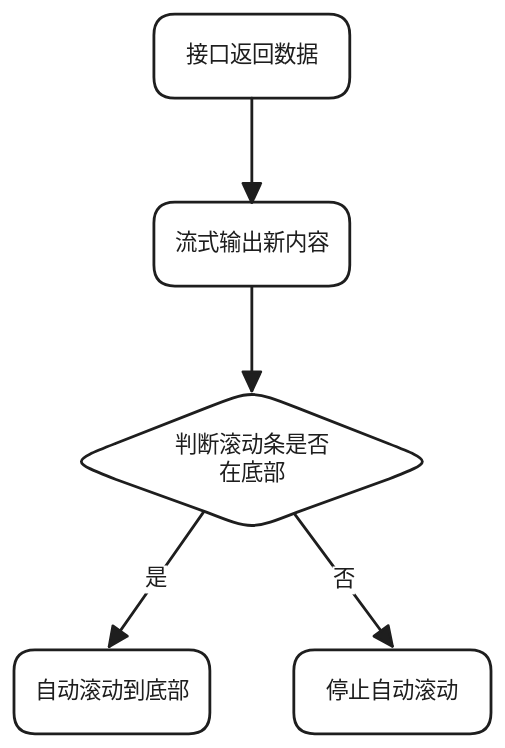
Earlier version of the Excalidraw export source/_posts/2025/11/流式加载下的滚动体验优化/flow1.excalidraw.svg (showlotus/showlotus.github.io). Source tidied: one line per element, renumbered; positions are measured from the earlier drawing's top-left corner, leaving out a move shared by most shapes. Source of this version:
```json
{"id": 0, "type": "rectangle", "strokeColor": "#1e1e1e", "strokeWidth": 2, "roughness": 0, "round": true, "x": 100, "y": 134, "width": 140, "height": 60}
{"id": 1, "type": "text", "text": "流式输出新内容", "strokeColor": "#1e1e1e", "strokeWidth": 2, "roughness": 0, "fontSize": 16, "fontFamily": 5, "textAlign": "center", "verticalAlign": "middle", "inside": 0, "x": 114, "y": 154, "width": 112, "height": 20}
{"id": 2, "type": "rectangle", "strokeColor": "#1e1e1e", "strokeWidth": 2, "roughness": 0, "round": true, "x": 100, "y": 0, "width": 140, "height": 60}
{"id": 3, "type": "text", "text": "接口返回数据", "strokeColor": "#1e1e1e", "strokeWidth": 2, "roughness": 0, "fontSize": 16, "fontFamily": 5, "textAlign": "center", "verticalAlign": "middle", "inside": 2, "x": 122, "y": 20, "width": 96, "height": 20}
{"id": 4, "type": "rectangle", "strokeColor": "#1e1e1e", "strokeWidth": 2, "roughness": 0, "round": true, "x": 0, "y": 454, "width": 140, "height": 60}
{"id": 5, "type": "text", "text": "自动滚动到底部", "strokeColor": "#1e1e1e", "strokeWidth": 2, "roughness": 0, "fontSize": 16, "fontFamily": 5, "textAlign": "center", "verticalAlign": "middle", "inside": 4, "x": 14, "y": 474, "width": 112, "height": 20}
{"id": 6, "type": "rectangle", "strokeColor": "#1e1e1e", "strokeWidth": 2, "roughness": 0, "round": true, "x": 200, "y": 454, "width": 141, "height": 60}
{"id": 7, "type": "text", "text": "停止自动滚动", "strokeColor": "#1e1e1e", "strokeWidth": 2, "roughness": 0, "fontSize": 16, "fontFamily": 5, "textAlign": "center", "verticalAlign": "middle", "inside": 6, "x": 222, "y": 474, "width": 96, "height": 20}
{"id": 8, "type": "diamond", "strokeColor": "#1e1e1e", "strokeWidth": 2, "roughness": 0, "round": true, "x": 40, "y": 269, "width": 260, "height": 100}
{"id": 9, "type": "text", "text": "判断滚动条是否\n在底部", "strokeColor": "#1e1e1e", "strokeWidth": 2, "roughness": 1, "fontSize": 16, "fontFamily": 5, "textAlign": "center", "verticalAlign": "middle", "inside": 8, "x": 114, "y": 299, "width": 112, "height": 40}
{"id": 10, "type": "arrow", "strokeColor": "#1e1e1e", "strokeWidth": 2, "roughness": 0, "endArrowhead": "triangle", "round": true, "from": 0, "to": 8, "x": 170, "y": 195, "width": 0, "height": 75, "points": [[0, 0], [0, 75]]}
{"id": 11, "type": "arrow", "strokeColor": "#1e1e1e", "strokeWidth": 2, "roughness": 0, "endArrowhead": "triangle", "round": true, "x": 170, "y": 60, "width": 0, "height": 75, "points": [[0, 0], [0, 75]]}
{"id": 12, "type": "arrow", "strokeColor": "#1e1e1e", "strokeWidth": 2, "roughness": 0, "endArrowhead": "triangle", "round": true, "from": 8, "to": 4, "x": 135, "y": 356, "width": 67, "height": 96, "points": [[0, 0], [-67, 96]]}
{"id": 13, "type": "text", "text": "是", "strokeColor": "#1e1e1e", "strokeWidth": 2, "roughness": 0, "fontSize": 16, "fontFamily": 5, "textAlign": "center", "verticalAlign": "middle", "inside": 12, "x": 162, "y": 414, "width": 16, "height": 20}
{"id": 14, "type": "arrow", "strokeColor": "#1e1e1e", "strokeWidth": 2, "roughness": 0, "endArrowhead": "triangle", "round": true, "from": 8, "to": 6, "x": 201, "y": 358, "width": 70, "height": 94, "points": [[0, 0], [70, 94]]}
{"id": 15, "type": "text", "text": "否", "strokeColor": "#1e1e1e", "strokeWidth": 2, "roughness": 0, "fontSize": 16, "fontFamily": 5, "textAlign": "center", "verticalAlign": "middle", "inside": 14, "x": 337, "y": 313, "width": 16, "height": 20}
```
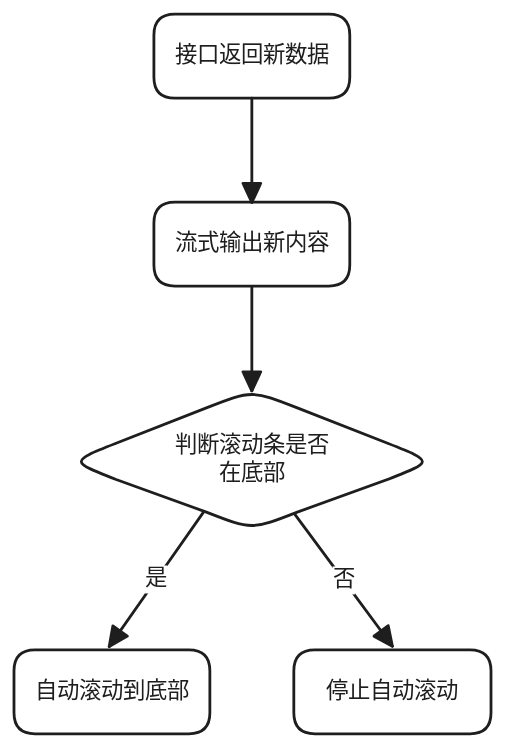
The same diagram one commit later.

The edit, as a diff of the source:
```diff
@@ -1,7 +1,7 @@
 {"id": 0, "type": "rectangle", "strokeColor": "#1e1e1e", "strokeWidth": 2, "roughness": 0, "round": true, "x": 100, "y": 134, "width": 140, "height": 60}
 {"id": 1, "type": "text", "text": "流式输出新内容", "strokeColor": "#1e1e1e", "strokeWidth": 2, "roughness": 0, "fontSize": 16, "fontFamily": 5, "textAlign": "center", "verticalAlign": "middle", "inside": 0, "x": 114, "y": 154, "width": 112, "height": 20}
 {"id": 2, "type": "rectangle", "strokeColor": "#1e1e1e", "strokeWidth": 2, "roughness": 0, "round": true, "x": 100, "y": 0, "width": 140, "height": 60}
-{"id": 3, "type": "text", "text": "接口返回数据", "strokeColor": "#1e1e1e", "strokeWidth": 2, "roughness": 0, "fontSize": 16, "fontFamily": 5, "textAlign": "center", "verticalAlign": "middle", "inside": 2, "x": 122, "y": 20, "width": 96, "height": 20}
+{"id": 3, "type": "text", "text": "接口返回新数据", "strokeColor": "#1e1e1e", "strokeWidth": 2, "roughness": 0, "fontSize": 16, "fontFamily": 5, "textAlign": "center", "verticalAlign": "middle", "inside": 2, "x": 114, "y": 20, "width": 112, "height": 20}
 {"id": 4, "type": "rectangle", "strokeColor": "#1e1e1e", "strokeWidth": 2, "roughness": 0, "round": true, "x": 0, "y": 454, "width": 140, "height": 60}
 {"id": 5, "type": "text", "text": "自动滚动到底部", "strokeColor": "#1e1e1e", "strokeWidth": 2, "roughness": 0, "fontSize": 16, "fontFamily": 5, "textAlign": "center", "verticalAlign": "middle", "inside": 4, "x": 14, "y": 474, "width": 112, "height": 20}
 {"id": 6, "type": "rectangle", "strokeColor": "#1e1e1e", "strokeWidth": 2, "roughness": 0, "round": true, "x": 200, "y": 454, "width": 141, "height": 60}
```
